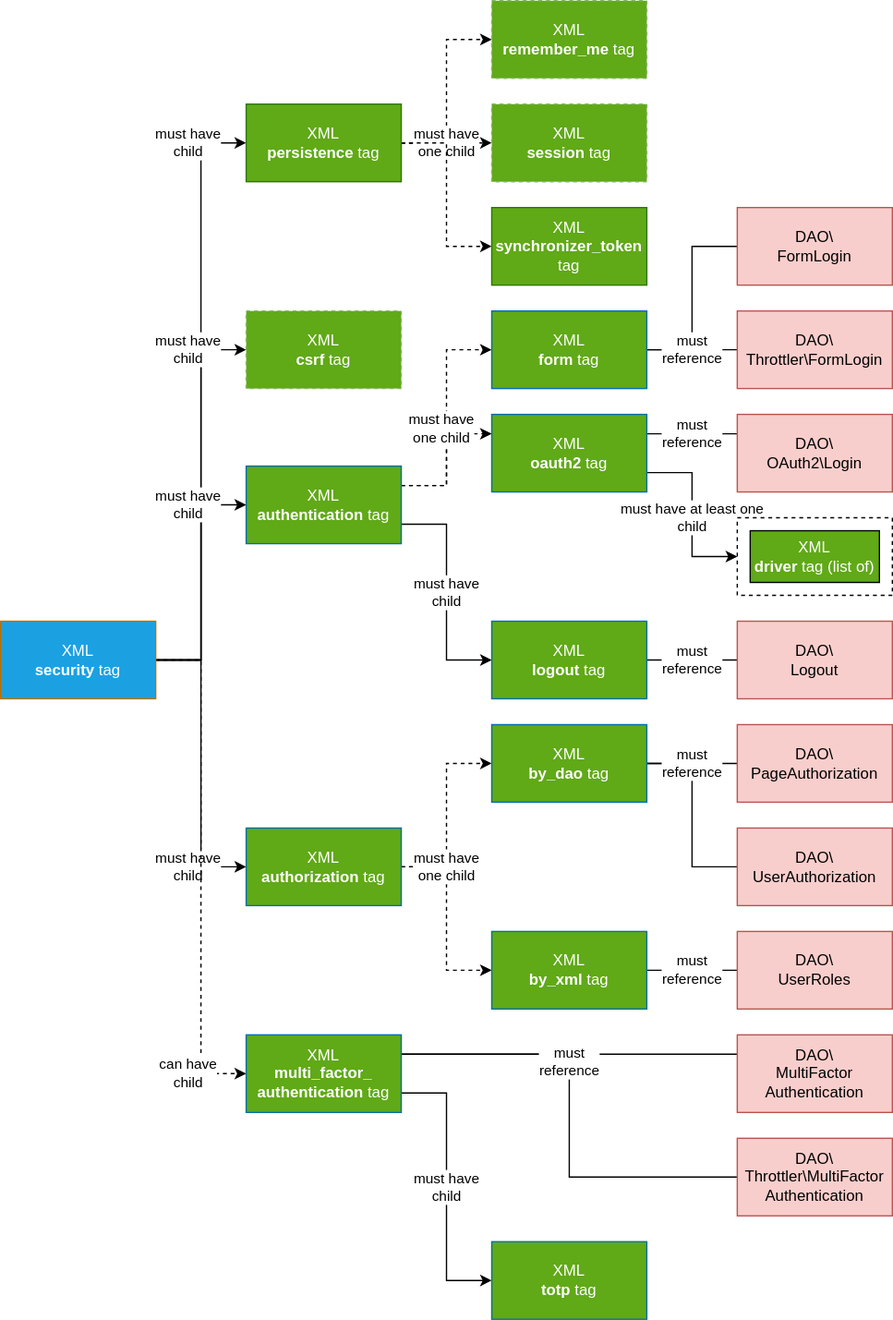
The draw.io diagram docs/xml.svg in aherne/php-security-api, before a commit. Source tidied: cells renumbered, new cells last; positions are measured from the earlier drawing's top-left corner, leaving out a move shared by most shapes.
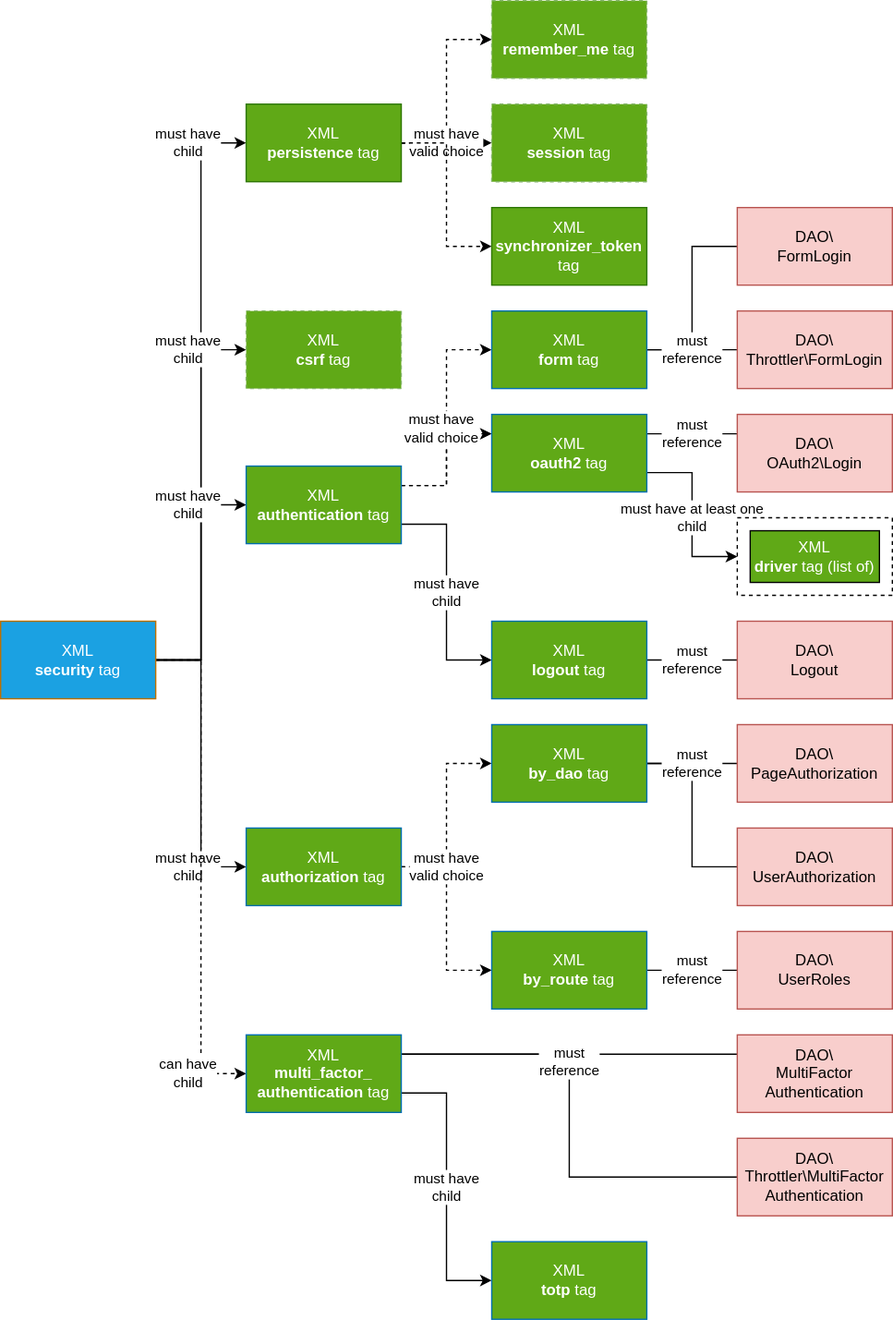
Later version of the same file.

Change to the diagram source:
```diff
@@ -33,7 +33,7 @@
     <mxCell id="8" style="edgeStyle=orthogonalEdgeStyle;rounded=0;jettySize=auto;html=1;exitX=1;exitY=0.5;exitDx=0;exitDy=0;entryX=0;entryY=0.5;entryDx=0;entryDy=0;dashed=1;" parent="1" edge="1" source="11" target="20">
       <mxGeometry relative="1" as="geometry" />
     </mxCell>
-    <mxCell id="9" value="must have&lt;div&gt;one child&lt;/div&gt;" style="edgeStyle=orthogonalEdgeStyle;rounded=0;jettySize=auto;html=1;exitX=1;exitY=0.5;exitDx=0;exitDy=0;entryX=0;entryY=0.5;entryDx=0;entryDy=0;dashed=1;" parent="1" edge="1" source="11" target="19">
+    <mxCell id="9" value="must have&lt;div&gt;valid choice&lt;/div&gt;" style="edgeStyle=orthogonalEdgeStyle;rounded=0;jettySize=auto;html=1;exitX=1;exitY=0.5;exitDx=0;exitDy=0;entryX=0;entryY=0.5;entryDx=0;entryDy=0;dashed=1;" parent="1" edge="1" source="11" target="19">
       <mxGeometry relative="1" as="geometry" />
     </mxCell>
     <mxCell id="10" style="edgeStyle=orthogonalEdgeStyle;rounded=0;jettySize=auto;html=1;exitX=1;exitY=0.5;exitDx=0;exitDy=0;entryX=0;entryY=0.5;entryDx=0;entryDy=0;dashed=1;" parent="1" edge="1" source="11" target="18">
@@ -51,7 +51,7 @@
     <mxCell id="14" style="edgeStyle=orthogonalEdgeStyle;rounded=0;jettySize=auto;html=1;exitX=1;exitY=0.25;exitDx=0;exitDy=0;entryX=0;entryY=0.25;entryDx=0;entryDy=0;dashed=1;" parent="1" edge="1" source="17" target="26">
       <mxGeometry relative="1" as="geometry" />
     </mxCell>
-    <mxCell id="15" value="must have&lt;div&gt;one child&lt;/div&gt;" style="edgeLabel;html=1;align=center;verticalAlign=middle;" parent="14" vertex="1">
+    <mxCell id="15" value="must have&lt;div&gt;valid choice&lt;/div&gt;" style="edgeLabel;html=1;align=center;verticalAlign=middle;" parent="14" vertex="1">
       <mxGeometry x="0.51" y="-2" relative="1" as="geometry">
         <mxPoint x="-13" y="-7" as="offset" />
       </mxGeometry>
@@ -116,7 +116,7 @@
     <mxCell id="35" style="edgeStyle=orthogonalEdgeStyle;rounded=0;jettySize=auto;html=1;exitX=1;exitY=0.5;exitDx=0;exitDy=0;entryX=0;entryY=0.5;entryDx=0;entryDy=0;dashed=1;" parent="1" edge="1" source="37" target="40">
       <mxGeometry relative="1" as="geometry" />
     </mxCell>
-    <mxCell id="36" value="must have&lt;div&gt;one child&lt;/div&gt;" style="edgeStyle=orthogonalEdgeStyle;rounded=0;jettySize=auto;html=1;exitX=1;exitY=0.5;exitDx=0;exitDy=0;entryX=0;entryY=0.5;entryDx=0;entryDy=0;dashed=1;" parent="1" edge="1" source="37" target="44">
+    <mxCell id="36" value="must have&lt;div&gt;valid choice&lt;/div&gt;" style="edgeStyle=orthogonalEdgeStyle;rounded=0;jettySize=auto;html=1;exitX=1;exitY=0.5;exitDx=0;exitDy=0;entryX=0;entryY=0.5;entryDx=0;entryDy=0;dashed=1;" parent="1" edge="1" source="37" target="44">
       <mxGeometry x="-0.53" relative="1" as="geometry" />
     </mxCell>
     <mxCell id="37" value="&lt;span style=&quot;color: rgb(255, 255, 255);&quot;&gt;XML&lt;/span&gt;&lt;div style=&quot;color: rgb(255, 255, 255);&quot;&gt;&lt;b&gt;authorization&amp;nbsp;&lt;/b&gt;tag&lt;/div&gt;" style="rounded=0;whiteSpace=wrap;html=1;fillColor=#60A917;fontColor=#ffffff;strokeColor=#006EAF;" parent="1" vertex="1">
@@ -140,7 +140,7 @@
     <mxCell id="43" value="must&lt;div&gt;reference&lt;/div&gt;" style="edgeStyle=orthogonalEdgeStyle;rounded=0;jettySize=auto;html=1;exitX=1;exitY=0.5;exitDx=0;exitDy=0;endArrow=none;endFill=0;" parent="1" edge="1" source="44" target="45">
       <mxGeometry relative="1" as="geometry" />
     </mxCell>
-    <mxCell id="44" value="&lt;span style=&quot;color: rgb(255, 255, 255);&quot;&gt;XML&lt;/span&gt;&lt;div style=&quot;color: rgb(255, 255, 255);&quot;&gt;&lt;b&gt;by_xml&amp;nbsp;&lt;/b&gt;tag&lt;/div&gt;" style="rounded=0;whiteSpace=wrap;html=1;fillColor=#60A917;fontColor=#ffffff;strokeColor=#006EAF;" parent="1" vertex="1">
+    <mxCell id="44" value="&lt;span style=&quot;color: rgb(255, 255, 255);&quot;&gt;XML&lt;/span&gt;&lt;div style=&quot;color: rgb(255, 255, 255);&quot;&gt;&lt;b&gt;by_route&amp;nbsp;&lt;/b&gt;tag&lt;/div&gt;" style="rounded=0;whiteSpace=wrap;html=1;fillColor=#60A917;fontColor=#ffffff;strokeColor=#006EAF;" parent="1" vertex="1">
       <mxGeometry x="380" y="720" width="120" height="60" as="geometry" />
     </mxCell>
     <mxCell id="45" value="DAO\&lt;div&gt;UserRoles&lt;/div&gt;" style="rounded=0;whiteSpace=wrap;html=1;fillColor=#f8cecc;strokeColor=#b85450;" parent="1" vertex="1">
```
